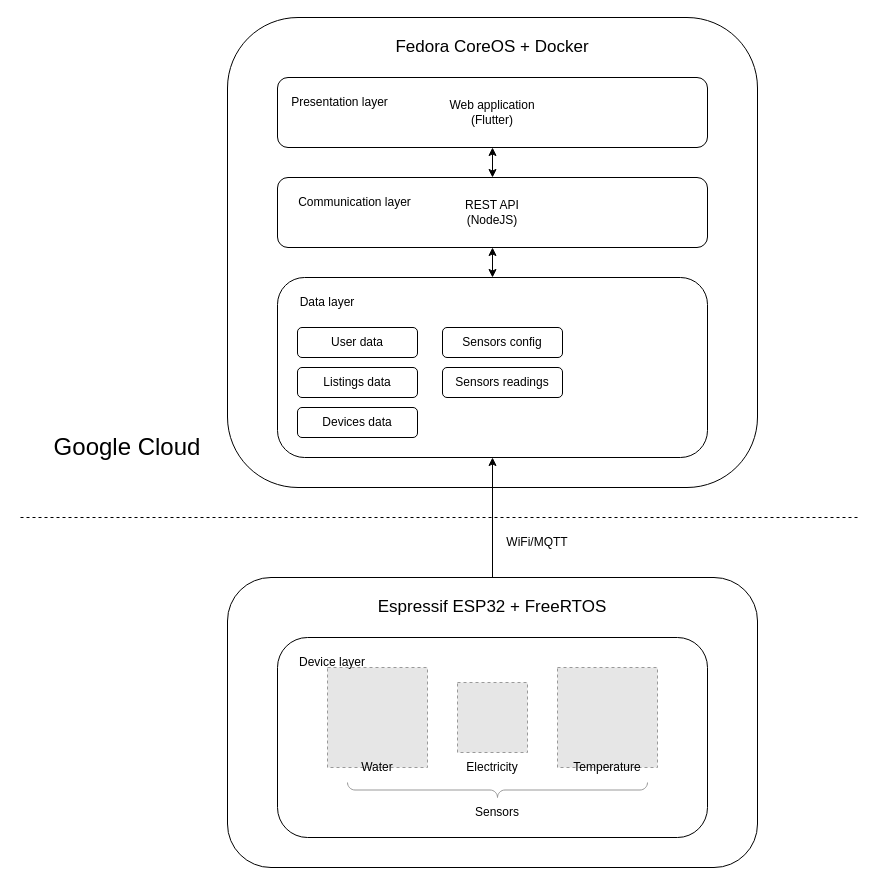
Above: docs/diagrams/architecture-diagram.drawio in danielmonterocr/project-module-2024-apr (draw.io), before the change. Source tidied: cells renumbered, new cells numbered last; positions are measured from the earlier drawing's top-left corner, leaving out a move shared by most shapes. Both pictures are drawn from the tidied source at 100%, with x=0, y=0 at pixel (17, 17). Pictures stored in the file or linked from it are replaced by grey dashed boxes.
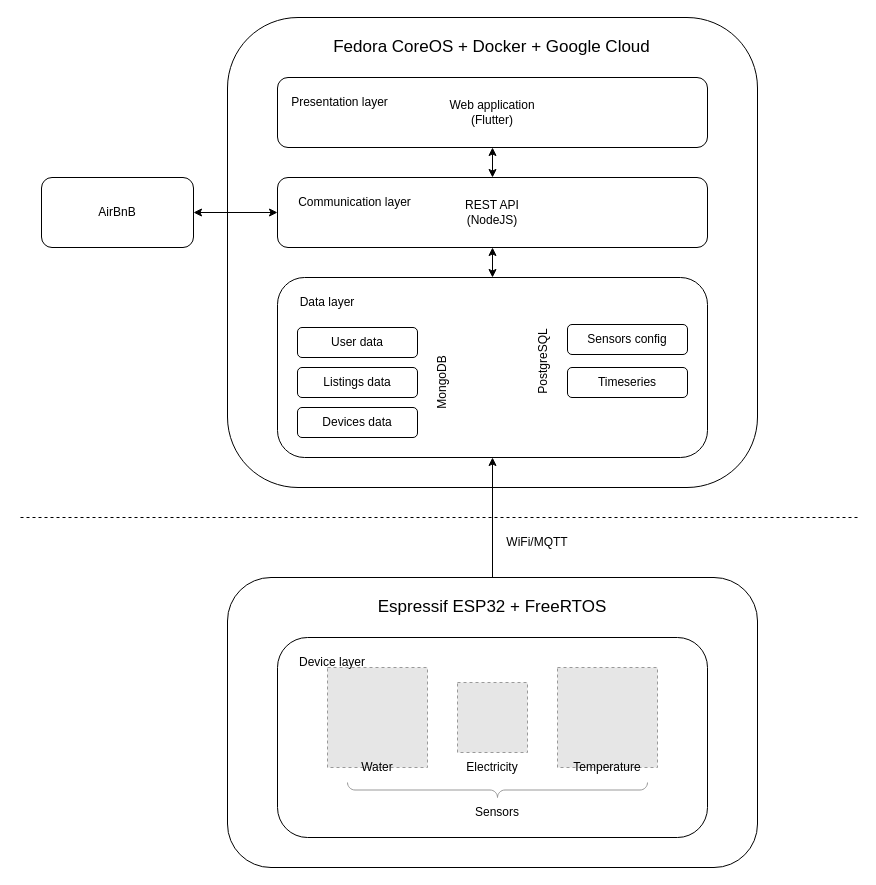
The same diagram, later.

Commit message (it also covers changes not shown here):
Tidy up images and diagrams

The change refers to these unchanged cells:
```xml
<mxCell id="25" value="REST API&lt;div&gt;(NodeJS)&lt;/div&gt;" style="rounded=1;whiteSpace=wrap;html=1;strokeColor=default;" parent="1" vertex="1">
  <mxGeometry x="260" y="160" width="430" height="70" as="geometry" />
</mxCell>
```

Diff of the diagram source:
```diff
@@
     <mxCell id="21" value="Sensors config" style="rounded=1;whiteSpace=wrap;html=1;" parent="1" vertex="1">
-      <mxGeometry x="425" y="310" width="120" height="30" as="geometry" />
+      <mxGeometry x="550" y="307" width="120" height="30" as="geometry" />
     </mxCell>
-    <mxCell id="22" value="Sensors readings" style="rounded=1;whiteSpace=wrap;html=1;" parent="1" vertex="1">
-      <mxGeometry x="425" y="350" width="120" height="30" as="geometry" />
+    <mxCell id="22" value="Timeseries" style="rounded=1;whiteSpace=wrap;html=1;" parent="1" vertex="1">
+      <mxGeometry x="550" y="350" width="120" height="30" as="geometry" />
     </mxCell>
@@
-    <mxCell id="29" value="&lt;font style=&quot;font-size: 17px;&quot;&gt;Fedora CoreOS + Docker&lt;/font&gt;" style="text;html=1;align=center;verticalAlign=middle;whiteSpace=wrap;rounded=0;" parent="1" vertex="1">
-      <mxGeometry x="375" y="10" width="200" height="40" as="geometry" />
+    <mxCell id="29" value="&lt;font style=&quot;font-size: 17px;&quot;&gt;Fedora CoreOS + Docker + Google Cloud&lt;/font&gt;" style="text;html=1;align=center;verticalAlign=middle;whiteSpace=wrap;rounded=0;" parent="1" vertex="1">
+      <mxGeometry x="260" y="10" width="429" height="40" as="geometry" />
     </mxCell>
-    <mxCell id="30" value="&lt;font style=&quot;font-size: 24px;&quot;&gt;Google Cloud&lt;/font&gt;" style="text;html=1;align=center;verticalAlign=middle;whiteSpace=wrap;rounded=0;" parent="1" vertex="1">
-      <mxGeometry x="30" y="390" width="160" height="80" as="geometry" />
-    </mxCell>
@@
+    <mxCell id="33" value="AirBnB" style="rounded=1;whiteSpace=wrap;html=1;strokeColor=default;" parent="1" vertex="1">
+      <mxGeometry x="24" y="160" width="152" height="70" as="geometry" />
+    </mxCell>
+    <mxCell id="34" style="edgeStyle=orthogonalEdgeStyle;rounded=0;jettySize=auto;html=1;strokeColor=default;startArrow=classic;startFill=1;entryX=1;entryY=0.5;entryDx=0;entryDy=0;exitX=0;exitY=0.5;exitDx=0;exitDy=0;" parent="1" edge="1" source="25" target="33">
+      <mxGeometry relative="1" as="geometry" />
+    </mxCell>
+    <mxCell id="35" value="MongoDB" style="text;html=1;align=center;verticalAlign=middle;whiteSpace=wrap;rounded=0;rotation=270;" parent="1" vertex="1">
+      <mxGeometry x="395" y="350" width="60" height="30" as="geometry" />
+    </mxCell>
+    <mxCell id="36" value="PostgreSQL" style="text;html=1;align=center;verticalAlign=middle;whiteSpace=wrap;rounded=0;rotation=270;" parent="1" vertex="1">
+      <mxGeometry x="492" y="329" width="68" height="30" as="geometry" />
+    </mxCell>
```
